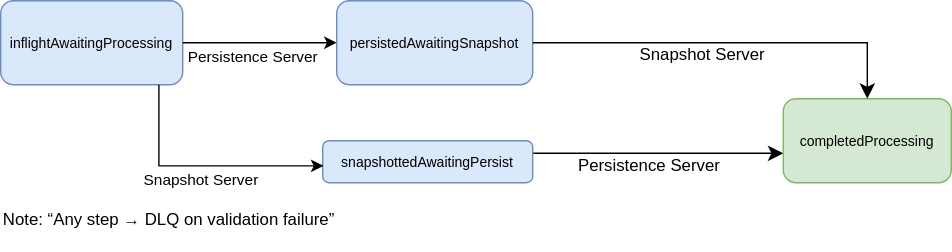
Above: docs/diagrams/LifecycleStateMachine.drawio.svg in devemresr/realtimeWhiteBoard (draw.io), before the change. Source tidied: cells renumbered, new cells last; positions are measured from the earlier drawing's top-left corner, leaving out a move shared by most shapes. Source of this version:
```xml
<mxGraphModel>
  <root>
    <mxCell id="0" />
    <mxCell id="1" parent="0" />
    <mxCell id="2" value="&lt;span style=&quot;font-size: 10px; font-weight: 400; text-align: left;&quot;&gt;inflightAwaitingProcessing&lt;/span&gt;" style="rounded=1;whiteSpace=wrap;html=1;fillColor=#dae8fc;strokeColor=#6c8ebf;fontStyle=1;" parent="1" vertex="1">
      <mxGeometry width="130" height="60" as="geometry" />
    </mxCell>
    <mxCell id="3" value="&lt;span style=&quot;font-size: 10px; font-weight: 400; text-align: left;&quot;&gt;persistedAwaitingSnapshot&lt;/span&gt;" style="rounded=1;whiteSpace=wrap;html=1;fillColor=#dae8fc;strokeColor=#6c8ebf;fontStyle=1;" parent="1" vertex="1">
      <mxGeometry x="240" width="140" height="60" as="geometry" />
    </mxCell>
    <mxCell id="4" style="edgeStyle=none;curved=1;rounded=0;orthogonalLoop=1;jettySize=auto;html=1;entryX=0;entryY=0.5;entryDx=0;entryDy=0;fontSize=12;startSize=8;endSize=8;exitX=1;exitY=0;exitDx=0;exitDy=0;" parent="1" edge="1">
      <mxGeometry relative="1" as="geometry">
        <mxPoint x="380" y="109" as="sourcePoint" />
        <mxPoint x="559" y="109" as="targetPoint" />
      </mxGeometry>
    </mxCell>
    <mxCell id="5" value="Persistence Server" style="edgeLabel;html=1;align=center;verticalAlign=middle;fontSize=12;" parent="4" vertex="1">
      <mxGeometry x="-0.12" y="-1" relative="1" as="geometry">
        <mxPoint x="3" y="7" as="offset" />
      </mxGeometry>
    </mxCell>
    <mxCell id="6" value="&lt;span style=&quot;font-size: 10px; font-weight: 400; text-align: left;&quot;&gt;snapshottedAwaitingPersist&lt;/span&gt;" style="rounded=1;whiteSpace=wrap;html=1;fillColor=#dae8fc;strokeColor=#6c8ebf;fontStyle=1;" parent="1" vertex="1">
      <mxGeometry x="230" y="100" width="150" height="30" as="geometry" />
    </mxCell>
    <mxCell id="7" value="&lt;span style=&quot;font-size: 10px; font-weight: 400; text-align: left;&quot;&gt;completedProcessing&lt;/span&gt;" style="rounded=1;whiteSpace=wrap;html=1;fillColor=#d5e8d4;strokeColor=#82b366;fontStyle=1;" parent="1" vertex="1">
      <mxGeometry x="559" y="70" width="120" height="60" as="geometry" />
    </mxCell>
    <mxCell id="8" value="Persistence Server" style="edgeStyle=orthogonalEdgeStyle;rounded=0;jettySize=auto;html=1;exitX=1;exitY=0.5;exitDx=0;exitDy=0;entryX=0;entryY=0.5;entryDx=0;entryDy=0;labelBackgroundColor=none;fontSize=11;" parent="1" edge="1" source="2" target="3">
      <mxGeometry x="-0.09" y="-10" relative="1" as="geometry" />
    </mxCell>
    <mxCell id="9" value="Snapshot Server" style="rounded=0;jettySize=auto;html=1;labelBackgroundColor=none;fontSize=11;entryX=0.004;entryY=0.599;entryDx=0;entryDy=0;edgeStyle=orthogonalEdgeStyle;entryPerimeter=0;" parent="1" edge="1" target="6">
      <mxGeometry y="-10" relative="1" as="geometry">
        <mxPoint x="113" y="60" as="sourcePoint" />
        <Array as="points">
          <mxPoint x="113" y="70" />
          <mxPoint x="113" y="140" />
        </Array>
      </mxGeometry>
    </mxCell>
    <mxCell id="10" style="edgeStyle=orthogonalEdgeStyle;rounded=0;jettySize=auto;html=1;fontSize=12;startSize=8;endSize=8;exitX=1;exitY=0.5;exitDx=0;exitDy=0;" parent="1" edge="1" source="3" target="7">
      <mxGeometry relative="1" as="geometry" />
    </mxCell>
    <mxCell id="11" value="Snapshot Server" style="edgeLabel;html=1;align=center;verticalAlign=middle;fontSize=12;" parent="10" vertex="1">
      <mxGeometry x="0.04" y="-2" relative="1" as="geometry">
        <mxPoint x="-25" y="6" as="offset" />
      </mxGeometry>
    </mxCell>
    <mxCell id="12" value="Note: “Any step → DLQ on validation failure”" style="text;whiteSpace=wrap;" parent="1" vertex="1">
      <mxGeometry y="143" width="329" height="36" as="geometry" />
    </mxCell>
  </root>
</mxGraphModel>
```
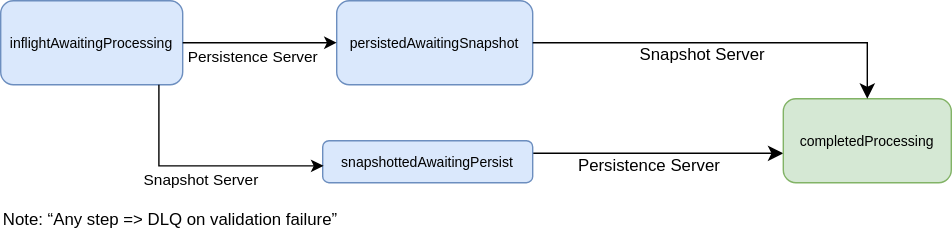
The same diagram one commit later.

What changed in the source:
```diff
@@ -45,7 +45,7 @@
         <mxPoint x="-25" y="6" as="offset" />
       </mxGeometry>
     </mxCell>
-    <mxCell id="12" value="Note: “Any step → DLQ on validation failure”" style="text;whiteSpace=wrap;" parent="1" vertex="1">
+    <mxCell id="12" value="Note: “Any step =&gt; DLQ on validation failure”" style="text;whiteSpace=wrap;" parent="1" vertex="1">
       <mxGeometry y="143" width="329" height="36" as="geometry" />
     </mxCell>
   </root>
```
